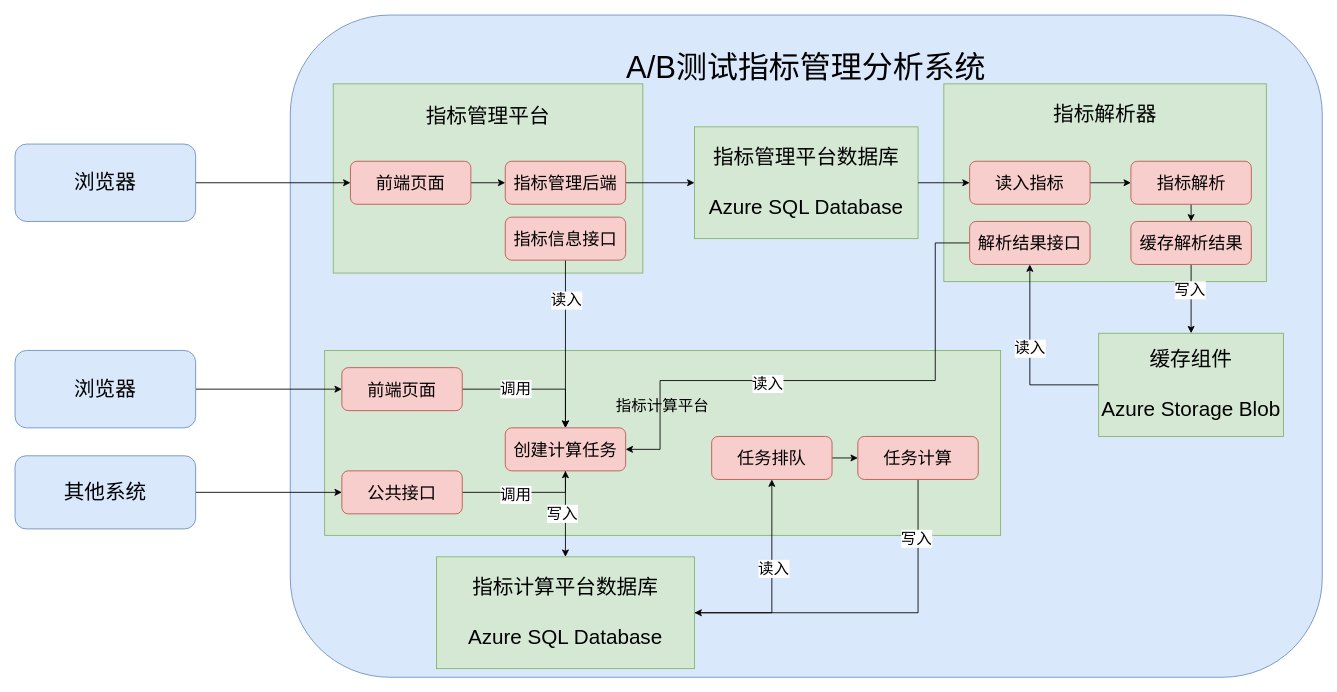
EricTao2/images-repository keeps this draw.io diagram as 架构图.drawio. Above is the earlier version. Source tidied: cells renumbered, new cells numbered last; positions are measured from the earlier drawing's top-left corner, leaving out a move shared by most shapes. Both pictures are drawn from the tidied source at 86%, with x=0, y=0 at pixel (15, 15).
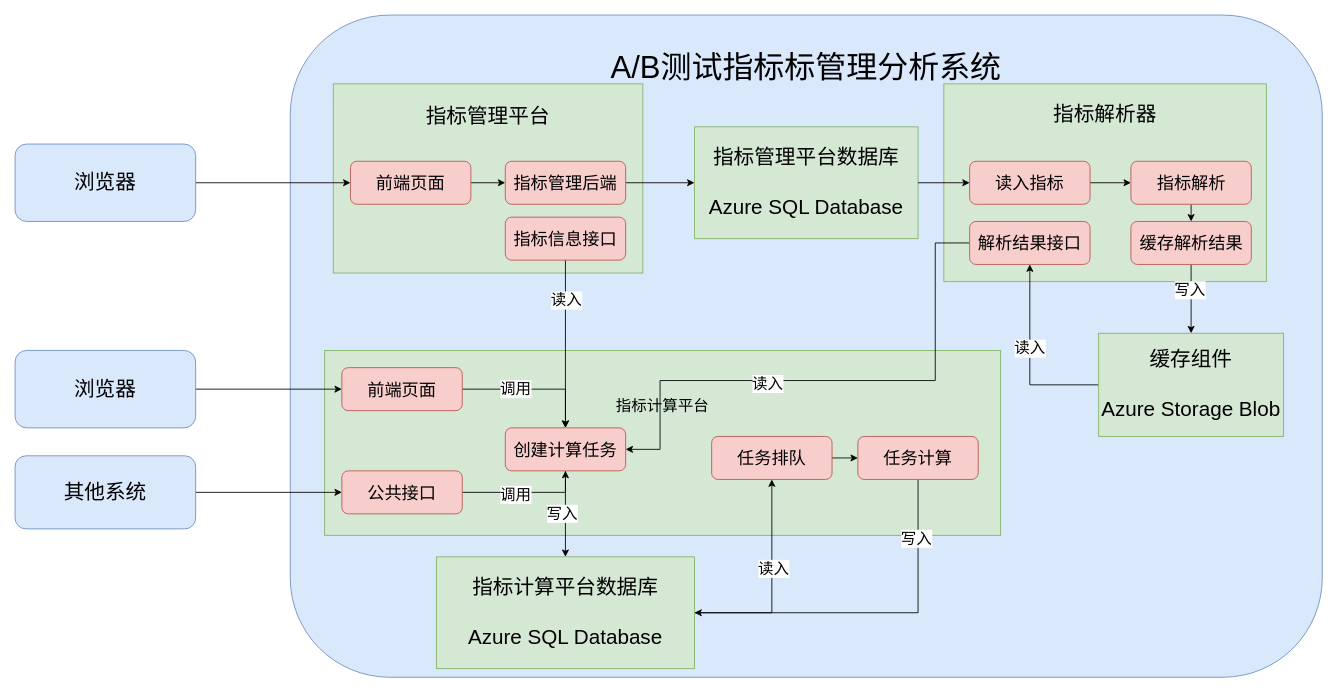
The same diagram, later.

Commit message:
更新架构图.drawio

Change to the diagram source:
```diff
@@
-    <mxCell id="2" value="&lt;font style=&quot;font-size: 36px;&quot;&gt;A/B测试&lt;span style=&quot;font-family: 宋体;&quot;&gt;指标管理分析系统&lt;br&gt;&lt;br&gt;&lt;br&gt;&lt;br&gt;&lt;br&gt;&lt;br&gt;&lt;br&gt;&lt;br&gt;&lt;br&gt;&lt;br&gt;&lt;br&gt;&lt;br&gt;&lt;br&gt;&lt;br&gt;&lt;br&gt;&lt;br&gt;&lt;/span&gt;&lt;/font&gt;" style="rounded=1;whiteSpace=wrap;html=1;fillColor=#dae8fc;strokeColor=#6c8ebf;arcSize=15;" parent="1" vertex="1">
+    <mxCell id="2" value="&lt;font style=&quot;font-size: 36px;&quot;&gt;&lt;span style=&quot;font-family: 宋体;&quot;&gt;A/B测试指标标管理分析系统&lt;br&gt;&lt;br&gt;&lt;br&gt;&lt;br&gt;&lt;br&gt;&lt;br&gt;&lt;br&gt;&lt;br&gt;&lt;br&gt;&lt;br&gt;&lt;br&gt;&lt;br&gt;&lt;br&gt;&lt;br&gt;&lt;br&gt;&lt;br&gt;&lt;/span&gt;&lt;/font&gt;" style="rounded=1;whiteSpace=wrap;html=1;fillColor=#dae8fc;strokeColor=#6c8ebf;arcSize=15;" parent="1" vertex="1">
       <mxGeometry x="320" width="1200" height="770" as="geometry" />
     </mxCell>
```
